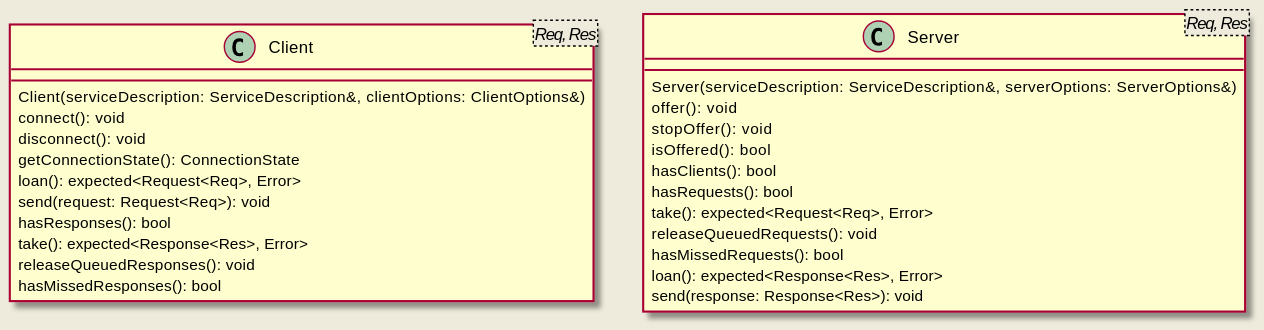
This is doc/design/diagrams/request_response/typed_api.svg from eclipse-iceoryx/iceoryx, a PlantUML export, as it was before one commit. Its source is kept beside it as doc/design/diagrams/request_response/typed_api.puml. Source of this version:
```plantuml
@startuml
skinparam backgroundColor #EEEBDC

class Client<Req, Res> {
  Client(serviceDescription: ServiceDescription&, clientOptions: ClientOptions&)
  connect(): void
  disconnect(): void
  getConnectionState(): ConnectionState
  loan(): expected<Request<Req>, Error>
  send(request: Request<Req>): void
  hasResponses(): bool
  take(): expected<Response<Res>, Error>
  releaseQueuedResponses(): void
  hasMissedResponses(): bool
}

class Server<Req, Res> {
  Server(serviceDescription: ServiceDescription&, serverOptions: ServerOptions&)
  offer(): void
  stopOffer(): void
  isOffered(): bool
  hasClients(): bool
  hasRequests(): bool
  take(): expected<Request<Req>, Error>
  releaseQueuedRequests(): void
  hasMissedRequests(): bool
  loan(): expected<Response<Res>, Error>
  send(response: Response<Res>): void
}

@enduml
```
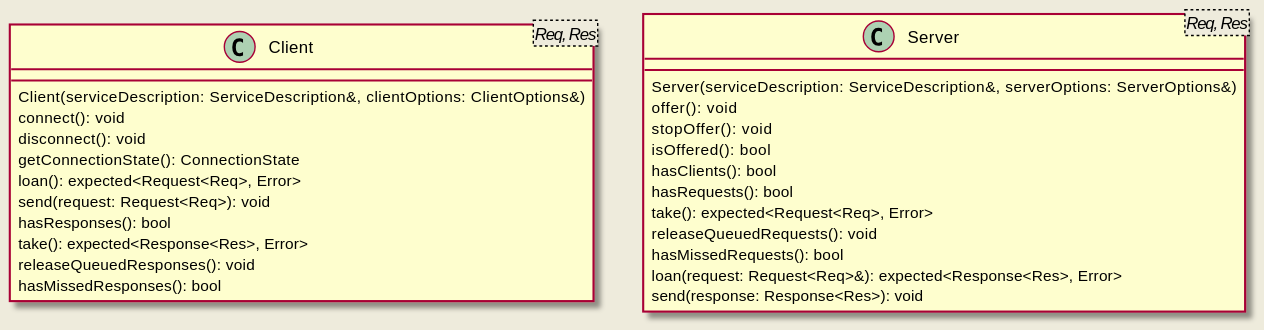
The same diagram one commit later.

Commit message:
iox-#27 Refine response allocation

What changed in the source:
```diff
@@ -24,7 +24,7 @@
   take(): expected<Request<Req>, Error>
   releaseQueuedRequests(): void
   hasMissedRequests(): bool
-  loan(): expected<Response<Res>, Error>
+  loan(request: Request<Req>&): expected<Response<Res>, Error>
   send(response: Response<Res>): void
 }
 
```
